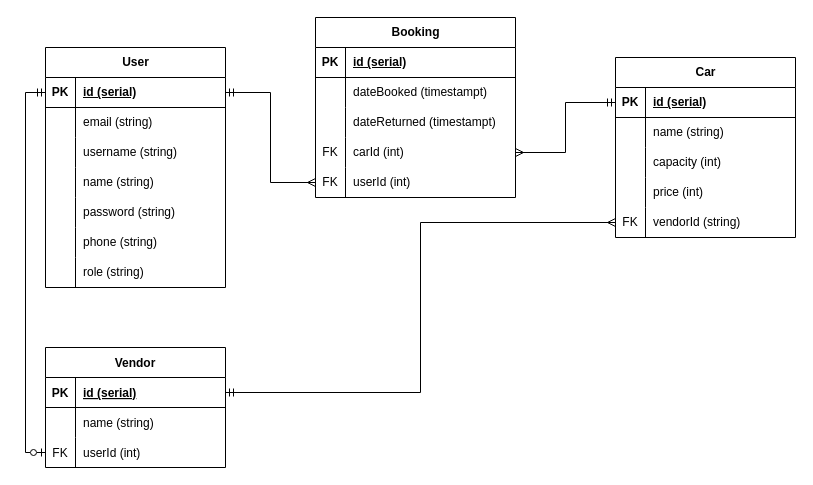
This is ERD.drawio from rahmaptr/rent-a-car, a draw.io file, before an edit. Source tidied: cells renumbered, new cells numbered last; positions are measured from the earlier drawing's top-left corner, leaving out a move shared by most shapes. Both pictures are drawn from the tidied source at 100%, with x=0, y=0 at pixel (45, 17).
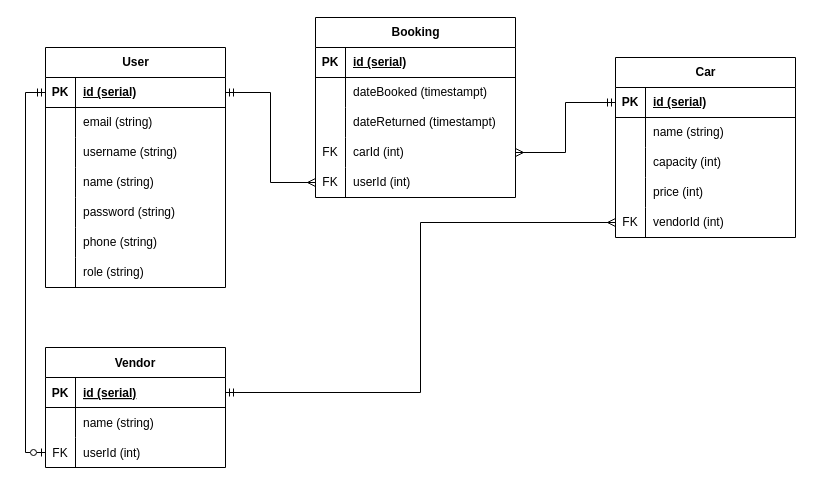
After the change.

Unchanged cells that the change refers to:
```xml
<mxCell id="53" style="shape=tableRow;horizontal=0;startSize=0;swimlaneHead=0;swimlaneBody=0;fillColor=none;points=[[0,0.5],[1,0.5]];portConstraint=eastwest;top=0;left=0;right=0;bottom=0;" parent="40" vertex="1">
  <mxGeometry y="150" width="180" height="30" as="geometry" />
</mxCell>
```

Diff of the diagram source:
```diff
@@
-    <mxCell id="55" value="vendorId (string)" style="shape=partialRectangle;fillColor=none;top=0;left=0;bottom=0;right=0;align=left;spacingLeft=6;overflow=hidden;whiteSpace=wrap;html=1;" parent="53" vertex="1">
+    <mxCell id="55" value="vendorId (int)" style="shape=partialRectangle;fillColor=none;top=0;left=0;bottom=0;right=0;align=left;spacingLeft=6;overflow=hidden;whiteSpace=wrap;html=1;" parent="53" vertex="1">
       <mxGeometry x="30" width="150" height="30" as="geometry" />
     </mxCell>
```
